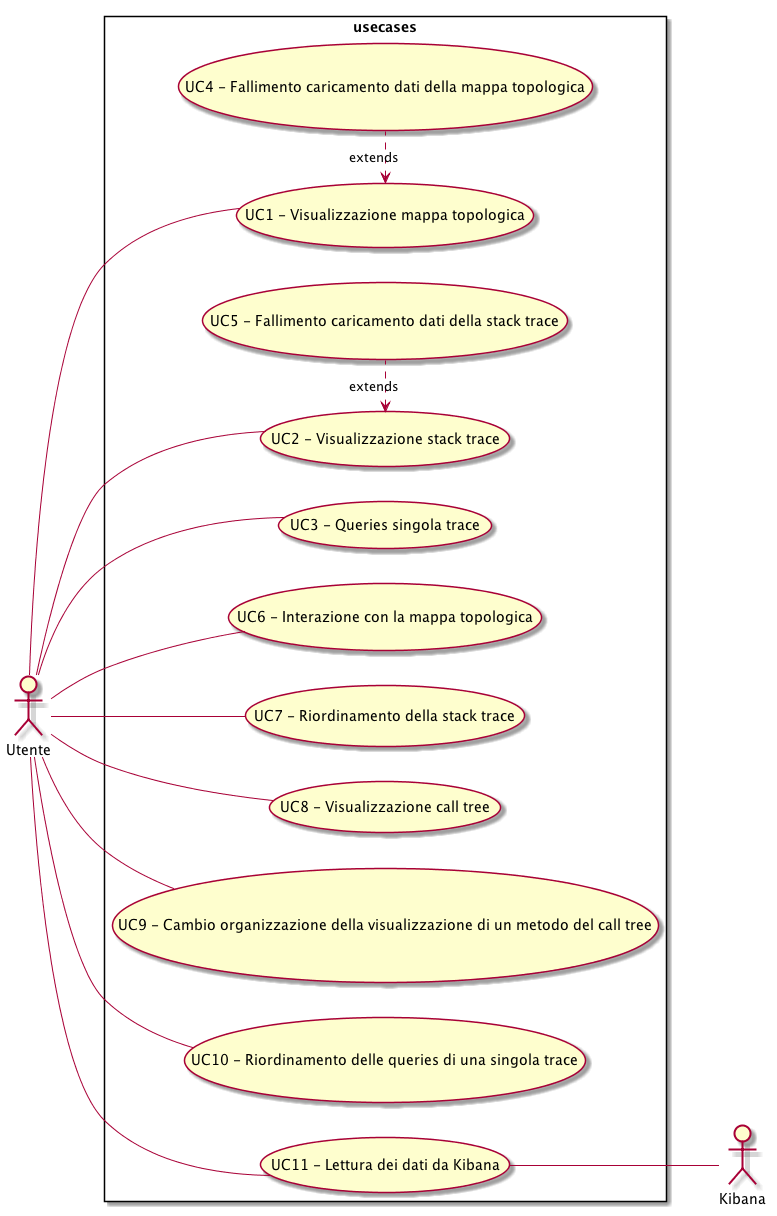
Earlier version of the PlantUML export Docs/RR/AnalisiDeiRequisiti/UC/UC.png (joemerlino/SWEefty).
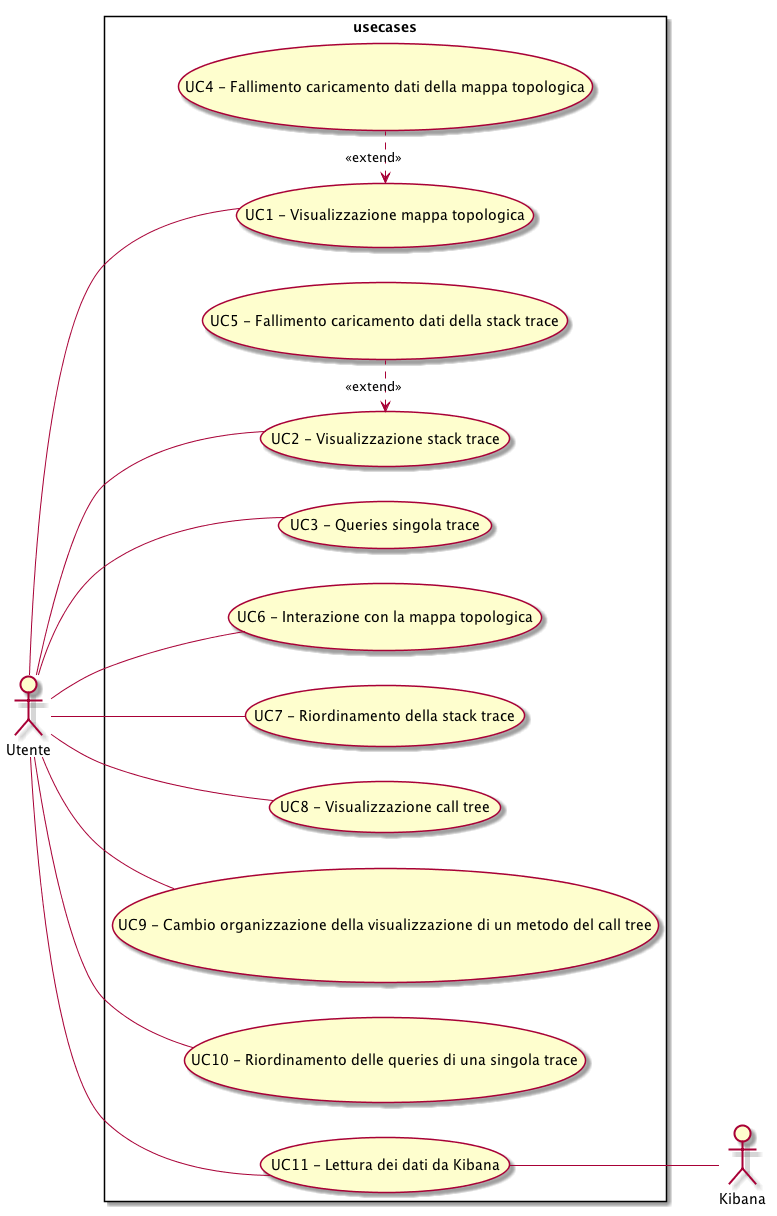
Later version of the same file.

Commit message:
[AR] usecase generale corretto

The edit, as a diff of the source:
```diff
@@ -5,9 +5,9 @@
 actor Utente
 rectangle usecases{
 Utente -- (UC1 - Visualizzazione mappa topologica)
-(UC1 - Visualizzazione mappa topologica) <. (UC4 - Fallimento caricamento dati della mappa topologica) : extends
+(UC1 - Visualizzazione mappa topologica) <. (UC4 - Fallimento caricamento dati della mappa topologica) : <<extend>>
 Utente -- (UC2 - Visualizzazione stack trace)
-(UC2 - Visualizzazione stack trace) <. (UC5 - Fallimento caricamento dati della stack trace) : extends
+(UC2 - Visualizzazione stack trace) <. (UC5 - Fallimento caricamento dati della stack trace) : <<extend>>
 Utente -- (UC3 - Queries singola trace)
 Utente -- (UC6 - Interazione con la mappa topologica)
 Utente -- (UC7 - Riordinamento della stack trace)
```
